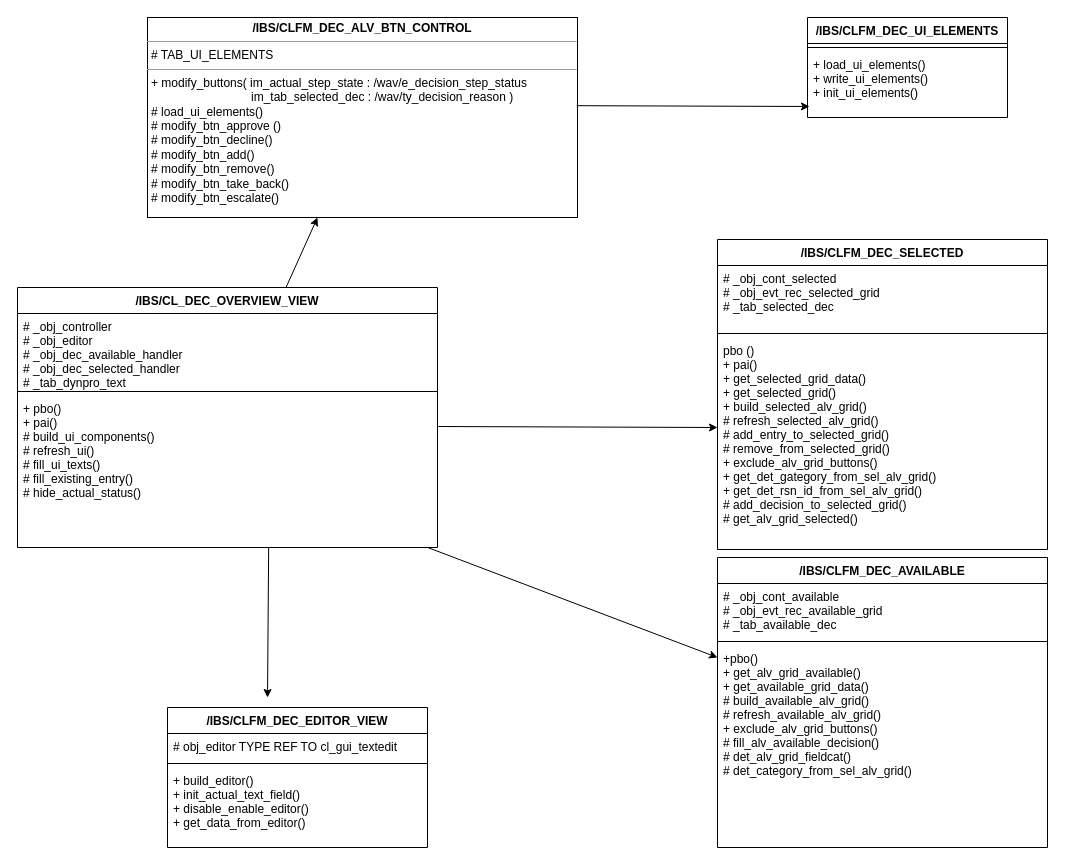
Before: Untitled Diagram (4).drawio in osarisky/bla, a draw.io diagram. Source tidied: cells renumbered, new cells numbered last; positions are measured from the earlier drawing's top-left corner, leaving out a move shared by most shapes. Both pictures are drawn from the tidied source at 100%, with x=0, y=0 at pixel (17, 17).
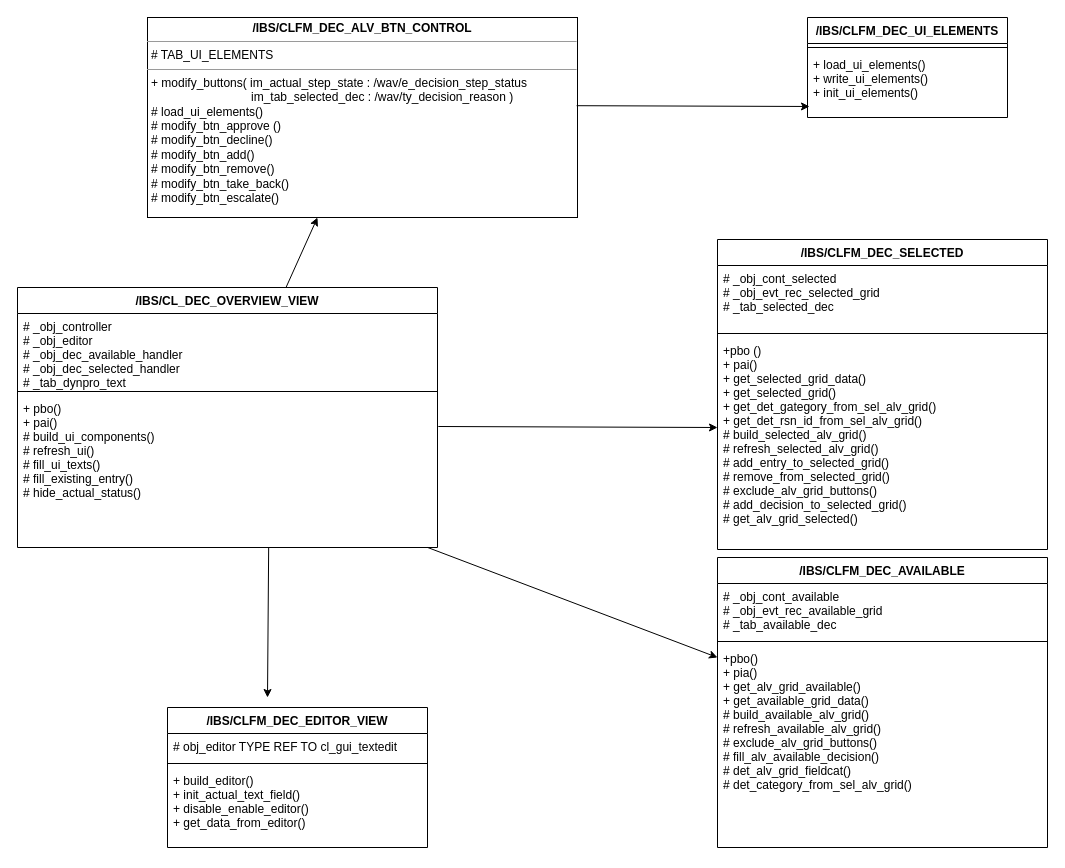
Above is the later version.

Commit message:
UML dec view betaa.drawio

Unchanged cells that the change refers to:
```xml
<mxCell id="7" value="/IBS/CLFM_DEC_AVAILABLE" style="swimlane;fontStyle=1;align=center;verticalAlign=top;horizontal=1;startSize=26;" parent="1" vertex="1">
  <mxGeometry x="700" y="540" width="330" height="290" as="geometry" />
</mxCell>
<mxCell id="14" value="/IBS/CLFM_DEC_SELECTED" style="swimlane;fontStyle=1;align=center;verticalAlign=top;horizontal=1;startSize=26;" parent="1" vertex="1">
  <mxGeometry x="700" y="222" width="330" height="310" as="geometry" />
</mxCell>
```

What changed in the source:
```diff
@@
-    <mxCell id="10" value="+pbo()&#10;+ get_alv_grid_available()&#10;+ get_available_grid_data()&#10;# build_available_alv_grid()&#10;# refresh_available_alv_grid()&#10;+ exclude_alv_grid_buttons()&#10;# fill_alv_available_decision()&#10;# det_alv_grid_fieldcat()&#10;# det_category_from_sel_alv_grid()&#10;&#10;" style="text;strokeColor=none;fillColor=none;align=left;verticalAlign=top;spacingLeft=4;spacingRight=4;overflow=hidden;" parent="7" vertex="1">
+    <mxCell id="10" value="+pbo()&#10;+ pia()&#10;+ get_alv_grid_available()&#10;+ get_available_grid_data()&#10;# build_available_alv_grid()&#10;# refresh_available_alv_grid()&#10;# exclude_alv_grid_buttons()&#10;# fill_alv_available_decision()&#10;# det_alv_grid_fieldcat()&#10;# det_category_from_sel_alv_grid()&#10;&#10;" style="text;strokeColor=none;fillColor=none;align=left;verticalAlign=top;spacingLeft=4;spacingRight=4;overflow=hidden;" parent="7" vertex="1">
       <mxGeometry y="88" width="330" height="202" as="geometry" />
     </mxCell>
@@
-    <mxCell id="17" value="pbo ()&#10;+ pai()&#10;+ get_selected_grid_data()&#10;+ get_selected_grid()&#10;+ build_selected_alv_grid()&#10;# refresh_selected_alv_grid()&#10;# add_entry_to_selected_grid()&#10;# remove_from_selected_grid()&#10;+ exclude_alv_grid_buttons()&#10;+ get_det_gategory_from_sel_alv_grid()&#10;+ get_det_rsn_id_from_sel_alv_grid()&#10;# add_decision_to_selected_grid()&#10;# get_alv_grid_selected()&#10;" style="text;strokeColor=none;fillColor=none;align=left;verticalAlign=top;spacingLeft=4;spacingRight=4;overflow=hidden;" parent="14" vertex="1">
+    <mxCell id="17" value="+pbo ()&#10;+ pai()&#10;+ get_selected_grid_data()&#10;+ get_selected_grid()&#10;+ get_det_gategory_from_sel_alv_grid()&#10;+ get_det_rsn_id_from_sel_alv_grid()&#10;# build_selected_alv_grid()&#10;# refresh_selected_alv_grid()&#10;# add_entry_to_selected_grid()&#10;# remove_from_selected_grid()&#10;# exclude_alv_grid_buttons()&#10;# add_decision_to_selected_grid()&#10;# get_alv_grid_selected()&#10;" style="text;strokeColor=none;fillColor=none;align=left;verticalAlign=top;spacingLeft=4;spacingRight=4;overflow=hidden;" parent="14" vertex="1">
       <mxGeometry y="98" width="330" height="212" as="geometry" />
     </mxCell>
```
